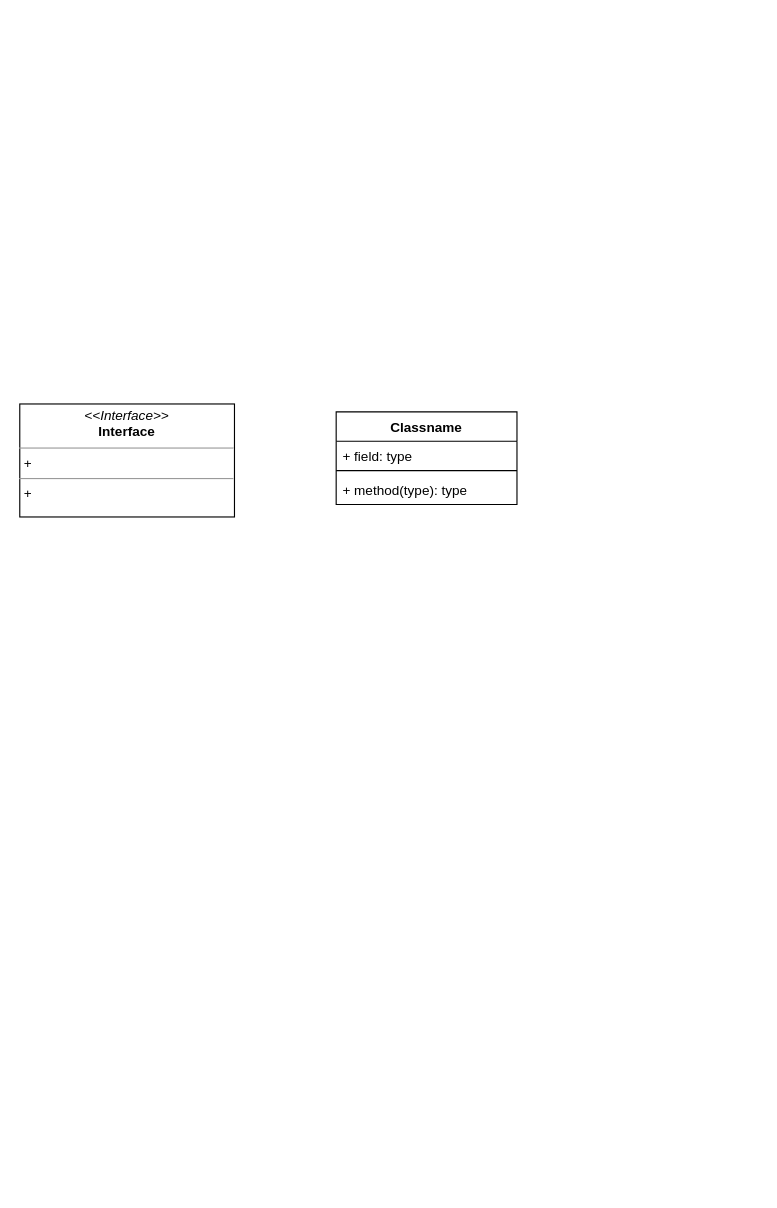
Above: Characters.drawio in gookhee/diagrams (draw.io), before the change. Source tidied: cells renumbered, new cells numbered last; positions are measured from the earlier drawing's top-left corner, leaving out a move shared by most shapes. Both pictures are drawn from the tidied source at 113%, with x=0, y=0 at pixel (19, 403).
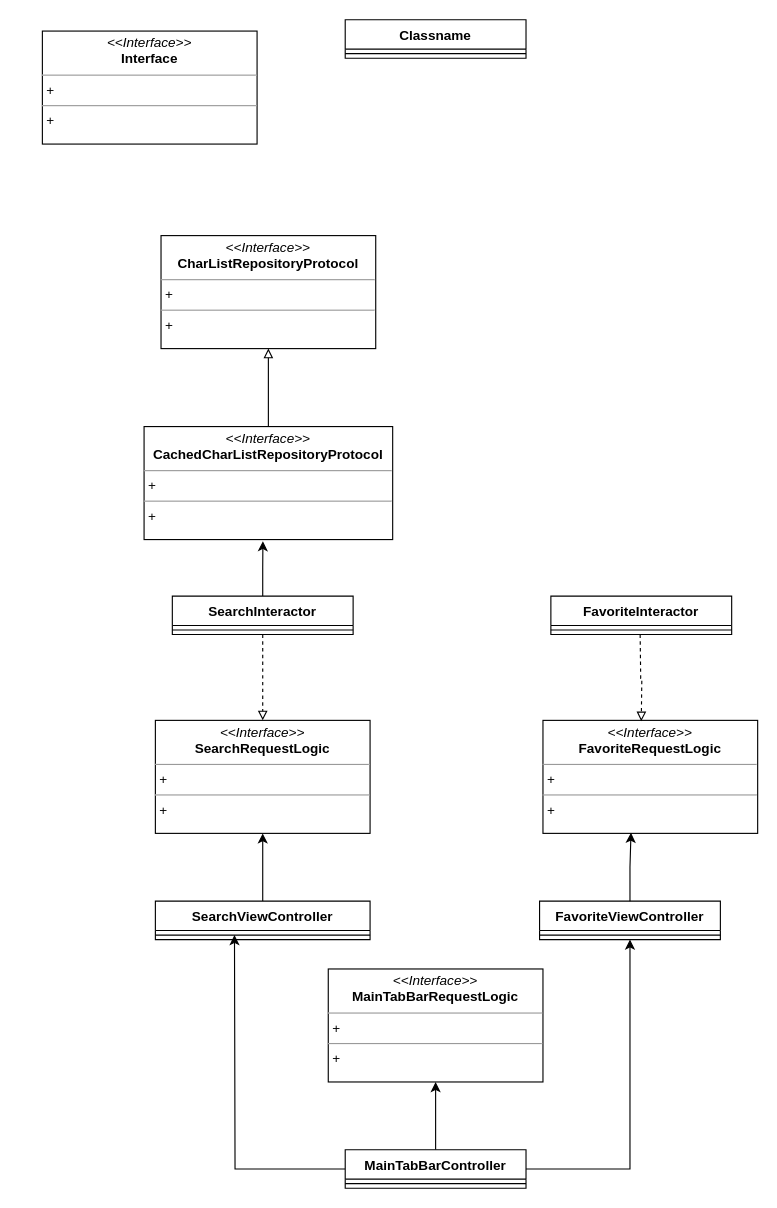
Above is the later version.

The edit, as a diff of the source:
```diff
@@
     <mxCell id="2" value="&lt;p style=&quot;margin:0px;margin-top:4px;text-align:center;&quot;&gt;&lt;i&gt;&amp;lt;&amp;lt;Interface&amp;gt;&amp;gt;&lt;/i&gt;&lt;br&gt;&lt;b&gt;Interface&lt;/b&gt;&lt;/p&gt;&lt;hr size=&quot;1&quot;&gt;&lt;p style=&quot;margin:0px;margin-left:4px;&quot;&gt;+&amp;nbsp;&lt;br&gt;&lt;/p&gt;&lt;hr size=&quot;1&quot;&gt;&lt;p style=&quot;margin:0px;margin-left:4px;&quot;&gt;+&amp;nbsp;&lt;br&gt;&lt;/p&gt;" style="verticalAlign=top;align=left;overflow=fill;fontSize=12;fontFamily=Helvetica;html=1;whiteSpace=wrap;" parent="1" vertex="1">
-      <mxGeometry width="190" height="100" as="geometry" />
+      <mxGeometry x="20" y="-330" width="190" height="100" as="geometry" />
     </mxCell>
     <mxCell id="3" value="Classname" style="swimlane;fontStyle=1;align=center;verticalAlign=top;horizontal=1;startSize=26;whiteSpace=wrap;html=1;" parent="1" vertex="1">
-      <mxGeometry x="280" y="7" width="160" height="82" as="geometry" />
+      <mxGeometry x="288" y="-340" width="160" height="34" as="geometry" />
     </mxCell>
-    <mxCell id="4" value="+ field: type" style="text;strokeColor=none;fillColor=none;align=left;verticalAlign=top;spacingLeft=4;spacingRight=4;overflow=hidden;whiteSpace=wrap;html=1;" parent="3" vertex="1">
-      <mxGeometry y="26" width="160" height="22" as="geometry" />
-    </mxCell>
     <mxCell id="5" style="line;strokeWidth=1;fillColor=none;align=left;verticalAlign=middle;spacingTop=-1;spacingLeft=3;spacingRight=3;labelPosition=right;strokeColor=inherit;" parent="3" vertex="1">
-      <mxGeometry y="48" width="160" height="8" as="geometry" />
+      <mxGeometry y="26" width="160" height="8" as="geometry" />
     </mxCell>
-    <mxCell id="6" value="+ method(type): type" style="text;strokeColor=none;fillColor=none;align=left;verticalAlign=top;spacingLeft=4;spacingRight=4;overflow=hidden;whiteSpace=wrap;html=1;" parent="3" vertex="1">
-      <mxGeometry y="56" width="160" height="26" as="geometry" />
-    </mxCell>
+    <mxCell id="7" style="edgeStyle=orthogonalEdgeStyle;rounded=0;jettySize=auto;html=1;" parent="1" edge="1" source="10">
+      <mxGeometry relative="1" as="geometry">
+        <mxPoint x="190" y="470" as="targetPoint" />
+      </mxGeometry>
+    </mxCell>
+    <mxCell id="8" style="edgeStyle=orthogonalEdgeStyle;rounded=0;jettySize=auto;html=1;entryX=0.5;entryY=1;entryDx=0;entryDy=0;" parent="1" edge="1" source="10" target="15">
+      <mxGeometry relative="1" as="geometry" />
+    </mxCell>
+    <mxCell id="9" style="edgeStyle=orthogonalEdgeStyle;rounded=0;jettySize=auto;html=1;entryX=0.5;entryY=1;entryDx=0;entryDy=0;" parent="1" edge="1" source="10" target="20">
+      <mxGeometry relative="1" as="geometry" />
+    </mxCell>
+    <mxCell id="10" value="MainTabBarController" style="swimlane;fontStyle=1;align=center;verticalAlign=top;horizontal=1;startSize=26;whiteSpace=wrap;html=1;" parent="1" vertex="1">
+      <mxGeometry x="288" y="660" width="160" height="34" as="geometry" />
+    </mxCell>
+    <mxCell id="11" style="line;strokeWidth=1;fillColor=none;align=left;verticalAlign=middle;spacingTop=-1;spacingLeft=3;spacingRight=3;labelPosition=right;strokeColor=inherit;" parent="10" vertex="1">
+      <mxGeometry y="26" width="160" height="8" as="geometry" />
+    </mxCell>
+    <mxCell id="12" style="edgeStyle=orthogonalEdgeStyle;rounded=0;jettySize=auto;html=1;entryX=0.5;entryY=1;entryDx=0;entryDy=0;" parent="1" edge="1" source="13" target="17">
+      <mxGeometry relative="1" as="geometry" />
+    </mxCell>
+    <mxCell id="13" value="SearchViewController" style="swimlane;fontStyle=1;align=center;verticalAlign=top;horizontal=1;startSize=26;whiteSpace=wrap;html=1;" parent="1" vertex="1">
+      <mxGeometry x="120" y="440" width="190" height="34" as="geometry" />
+    </mxCell>
+    <mxCell id="14" style="line;strokeWidth=1;fillColor=none;align=left;verticalAlign=middle;spacingTop=-1;spacingLeft=3;spacingRight=3;labelPosition=right;strokeColor=inherit;" parent="13" vertex="1">
+      <mxGeometry y="26" width="190" height="8" as="geometry" />
+    </mxCell>
+    <mxCell id="15" value="FavoriteViewController" style="swimlane;fontStyle=1;align=center;verticalAlign=top;horizontal=1;startSize=26;whiteSpace=wrap;html=1;" parent="1" vertex="1">
+      <mxGeometry x="460" y="440" width="160" height="34" as="geometry" />
+    </mxCell>
+    <mxCell id="16" style="line;strokeWidth=1;fillColor=none;align=left;verticalAlign=middle;spacingTop=-1;spacingLeft=3;spacingRight=3;labelPosition=right;strokeColor=inherit;" parent="15" vertex="1">
+      <mxGeometry y="26" width="160" height="8" as="geometry" />
+    </mxCell>
+    <mxCell id="17" value="&lt;p style=&quot;margin:0px;margin-top:4px;text-align:center;&quot;&gt;&lt;i&gt;&amp;lt;&amp;lt;Interface&amp;gt;&amp;gt;&lt;/i&gt;&lt;br&gt;&lt;b&gt;SearchRequestLogic&lt;/b&gt;&lt;/p&gt;&lt;hr size=&quot;1&quot;&gt;&lt;p style=&quot;margin:0px;margin-left:4px;&quot;&gt;+&amp;nbsp;&lt;br&gt;&lt;/p&gt;&lt;hr size=&quot;1&quot;&gt;&lt;p style=&quot;margin:0px;margin-left:4px;&quot;&gt;+&amp;nbsp;&lt;br&gt;&lt;/p&gt;" style="verticalAlign=top;align=left;overflow=fill;fontSize=12;fontFamily=Helvetica;html=1;whiteSpace=wrap;" parent="1" vertex="1">
+      <mxGeometry x="120" y="280" width="190" height="100" as="geometry" />
+    </mxCell>
+    <mxCell id="18" value="&lt;p style=&quot;margin:0px;margin-top:4px;text-align:center;&quot;&gt;&lt;i&gt;&amp;lt;&amp;lt;Interface&amp;gt;&amp;gt;&lt;/i&gt;&lt;br&gt;&lt;b&gt;FavoriteRequestLogic&lt;/b&gt;&lt;/p&gt;&lt;hr size=&quot;1&quot;&gt;&lt;p style=&quot;margin:0px;margin-left:4px;&quot;&gt;+&amp;nbsp;&lt;br&gt;&lt;/p&gt;&lt;hr size=&quot;1&quot;&gt;&lt;p style=&quot;margin:0px;margin-left:4px;&quot;&gt;+&amp;nbsp;&lt;br&gt;&lt;/p&gt;" style="verticalAlign=top;align=left;overflow=fill;fontSize=12;fontFamily=Helvetica;html=1;whiteSpace=wrap;" parent="1" vertex="1">
+      <mxGeometry x="463" y="280" width="190" height="100" as="geometry" />
+    </mxCell>
+    <mxCell id="19" style="edgeStyle=orthogonalEdgeStyle;rounded=0;jettySize=auto;html=1;entryX=0.41;entryY=0.994;entryDx=0;entryDy=0;entryPerimeter=0;" parent="1" edge="1" source="15" target="18">
+      <mxGeometry relative="1" as="geometry" />
+    </mxCell>
+    <mxCell id="20" value="&lt;p style=&quot;margin:0px;margin-top:4px;text-align:center;&quot;&gt;&lt;i&gt;&amp;lt;&amp;lt;Interface&amp;gt;&amp;gt;&lt;/i&gt;&lt;br&gt;&lt;b&gt;MainTabBarRequestLogic&lt;/b&gt;&lt;/p&gt;&lt;hr size=&quot;1&quot;&gt;&lt;p style=&quot;margin:0px;margin-left:4px;&quot;&gt;+&amp;nbsp;&lt;br&gt;&lt;/p&gt;&lt;hr size=&quot;1&quot;&gt;&lt;p style=&quot;margin:0px;margin-left:4px;&quot;&gt;+&amp;nbsp;&lt;br&gt;&lt;/p&gt;" style="verticalAlign=top;align=left;overflow=fill;fontSize=12;fontFamily=Helvetica;html=1;whiteSpace=wrap;" parent="1" vertex="1">
+      <mxGeometry x="273" y="500" width="190" height="100" as="geometry" />
+    </mxCell>
+    <mxCell id="21" style="edgeStyle=orthogonalEdgeStyle;rounded=0;jettySize=auto;html=1;entryX=0.5;entryY=0;entryDx=0;entryDy=0;dashed=1;endArrow=block;endFill=0;" parent="1" edge="1" source="22" target="17">
+      <mxGeometry relative="1" as="geometry" />
+    </mxCell>
+    <mxCell id="22" value="SearchInteractor" style="swimlane;fontStyle=1;align=center;verticalAlign=top;horizontal=1;startSize=26;whiteSpace=wrap;html=1;" parent="1" vertex="1">
+      <mxGeometry x="135" y="170" width="160" height="34" as="geometry" />
+    </mxCell>
+    <mxCell id="23" style="line;strokeWidth=1;fillColor=none;align=left;verticalAlign=middle;spacingTop=-1;spacingLeft=3;spacingRight=3;labelPosition=right;strokeColor=inherit;" parent="22" vertex="1">
+      <mxGeometry y="26" width="160" height="8" as="geometry" />
+    </mxCell>
+    <mxCell id="24" value="FavoriteInteractor" style="swimlane;fontStyle=1;align=center;verticalAlign=top;horizontal=1;startSize=26;whiteSpace=wrap;html=1;" parent="1" vertex="1">
+      <mxGeometry x="470" y="170" width="160" height="34" as="geometry" />
+    </mxCell>
+    <mxCell id="25" style="line;strokeWidth=1;fillColor=none;align=left;verticalAlign=middle;spacingTop=-1;spacingLeft=3;spacingRight=3;labelPosition=right;strokeColor=inherit;" parent="24" vertex="1">
+      <mxGeometry y="26" width="160" height="8" as="geometry" />
+    </mxCell>
+    <mxCell id="26" style="edgeStyle=orthogonalEdgeStyle;rounded=0;orthogonalLoop=1;jettySize=auto;html=1;entryX=0.463;entryY=0.008;entryDx=0;entryDy=0;entryPerimeter=0;dashed=1;endArrow=block;endFill=0;" parent="1" edge="1">
+      <mxGeometry relative="1" as="geometry">
+        <mxPoint x="549" y="204" as="sourcePoint" />
+        <mxPoint x="550" y="280.8" as="targetPoint" />
+      </mxGeometry>
+    </mxCell>
+    <mxCell id="27" style="edgeStyle=orthogonalEdgeStyle;rounded=0;jettySize=auto;html=1;entryX=0.5;entryY=1;entryDx=0;entryDy=0;endArrow=block;endFill=0;" parent="1" edge="1" source="28" target="30">
+      <mxGeometry relative="1" as="geometry" />
+    </mxCell>
+    <mxCell id="28" value="&lt;p style=&quot;margin:0px;margin-top:4px;text-align:center;&quot;&gt;&lt;i&gt;&amp;lt;&amp;lt;Interface&amp;gt;&amp;gt;&lt;/i&gt;&lt;br&gt;&lt;b&gt;CachedCharListRepositoryProtocol&lt;/b&gt;&lt;/p&gt;&lt;hr size=&quot;1&quot;&gt;&lt;p style=&quot;margin:0px;margin-left:4px;&quot;&gt;+&amp;nbsp;&lt;br&gt;&lt;/p&gt;&lt;hr size=&quot;1&quot;&gt;&lt;p style=&quot;margin:0px;margin-left:4px;&quot;&gt;+&amp;nbsp;&lt;br&gt;&lt;/p&gt;" style="verticalAlign=top;align=left;overflow=fill;fontSize=12;fontFamily=Helvetica;html=1;whiteSpace=wrap;" parent="1" vertex="1">
+      <mxGeometry x="110" y="20" width="220" height="100" as="geometry" />
+    </mxCell>
+    <mxCell id="29" style="edgeStyle=orthogonalEdgeStyle;rounded=0;jettySize=auto;html=1;entryX=0.478;entryY=1.014;entryDx=0;entryDy=0;entryPerimeter=0;" parent="1" edge="1" source="22" target="28">
+      <mxGeometry relative="1" as="geometry" />
+    </mxCell>
+    <mxCell id="30" value="&lt;p style=&quot;margin:0px;margin-top:4px;text-align:center;&quot;&gt;&lt;i&gt;&amp;lt;&amp;lt;Interface&amp;gt;&amp;gt;&lt;/i&gt;&lt;br&gt;&lt;b&gt;CharListRepositoryProtocol&lt;/b&gt;&lt;/p&gt;&lt;hr size=&quot;1&quot;&gt;&lt;p style=&quot;margin:0px;margin-left:4px;&quot;&gt;+&amp;nbsp;&lt;br&gt;&lt;/p&gt;&lt;hr size=&quot;1&quot;&gt;&lt;p style=&quot;margin:0px;margin-left:4px;&quot;&gt;+&amp;nbsp;&lt;br&gt;&lt;/p&gt;" style="verticalAlign=top;align=left;overflow=fill;fontSize=12;fontFamily=Helvetica;html=1;whiteSpace=wrap;" parent="1" vertex="1">
+      <mxGeometry x="125" y="-149" width="190" height="100" as="geometry" />
+    </mxCell>
```
